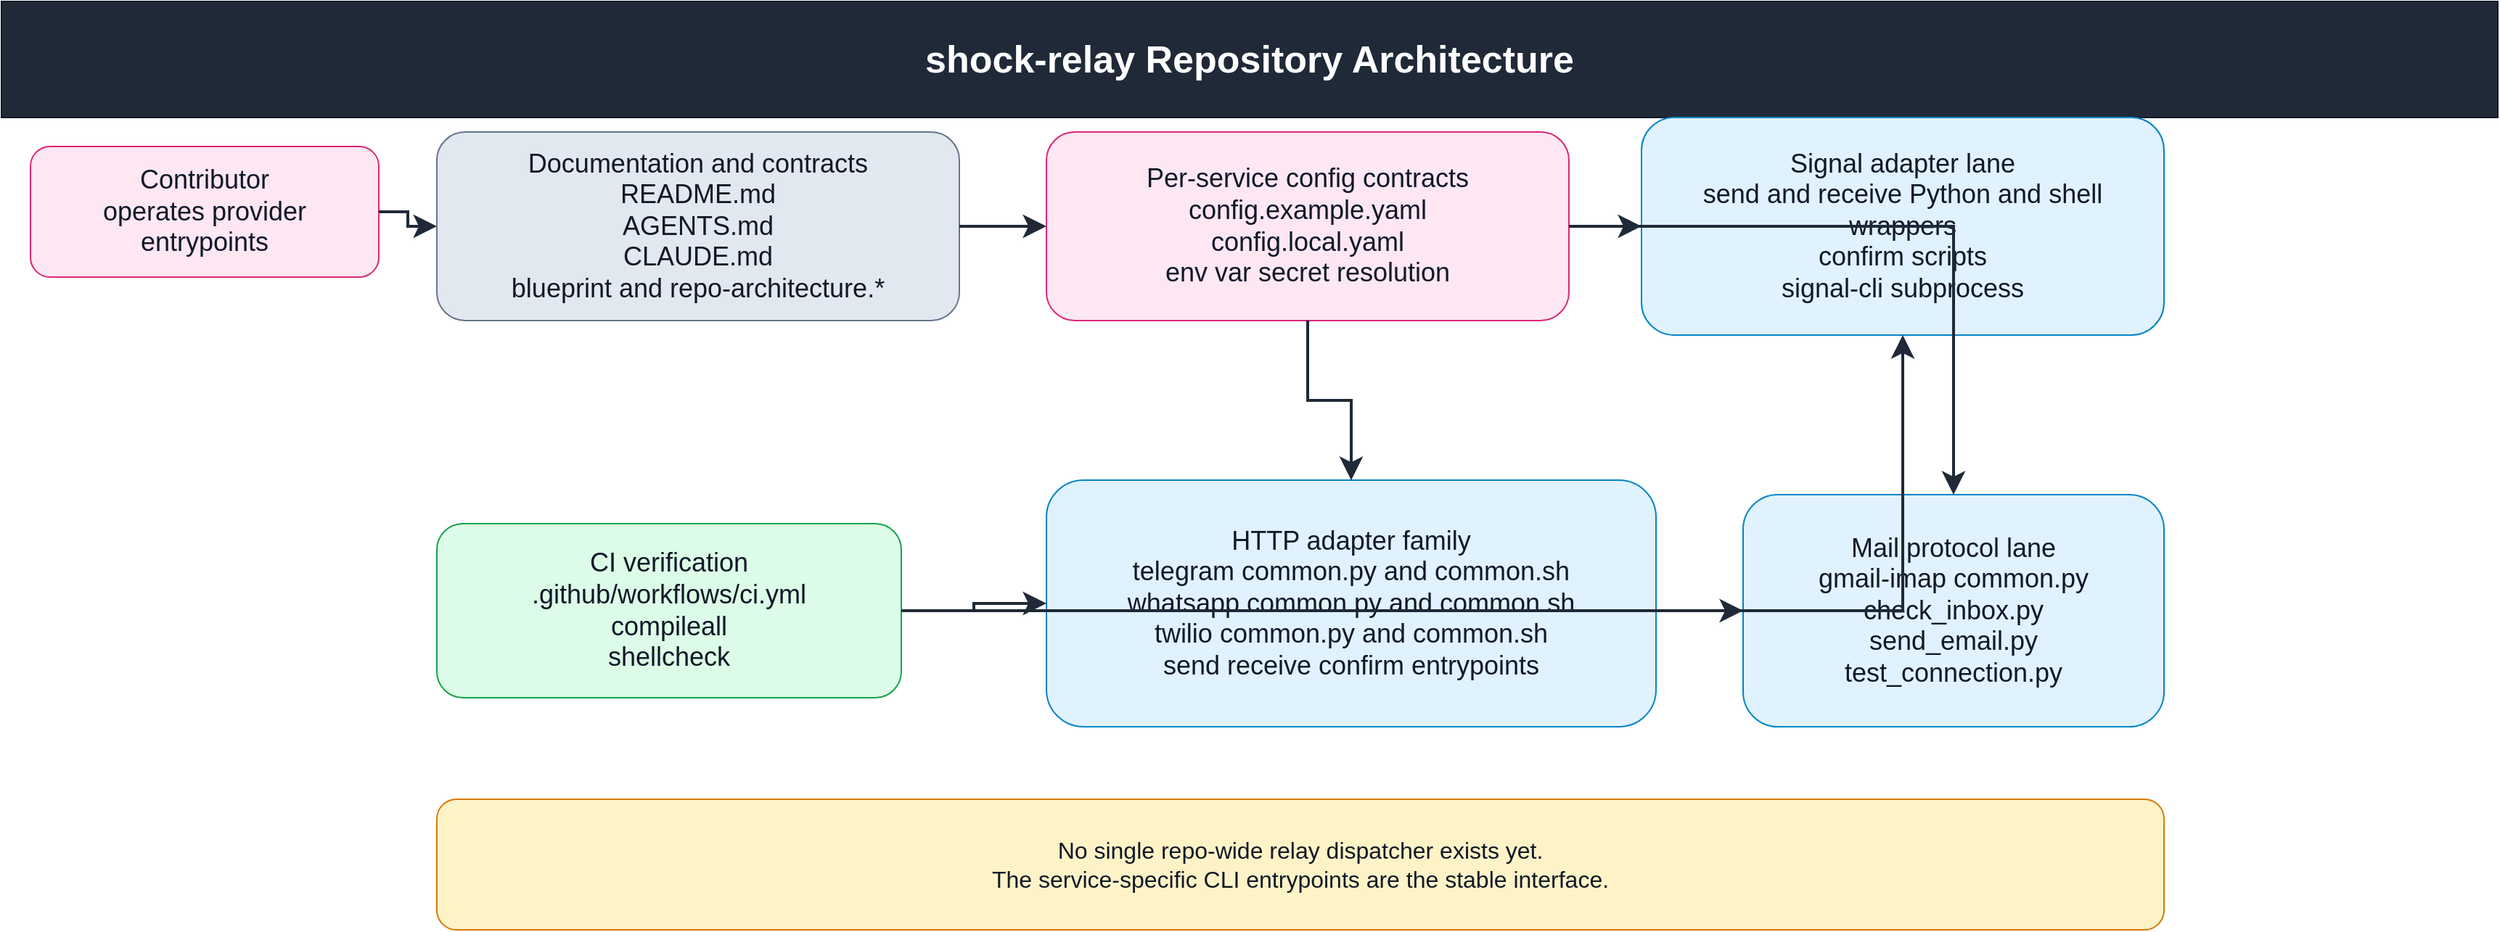
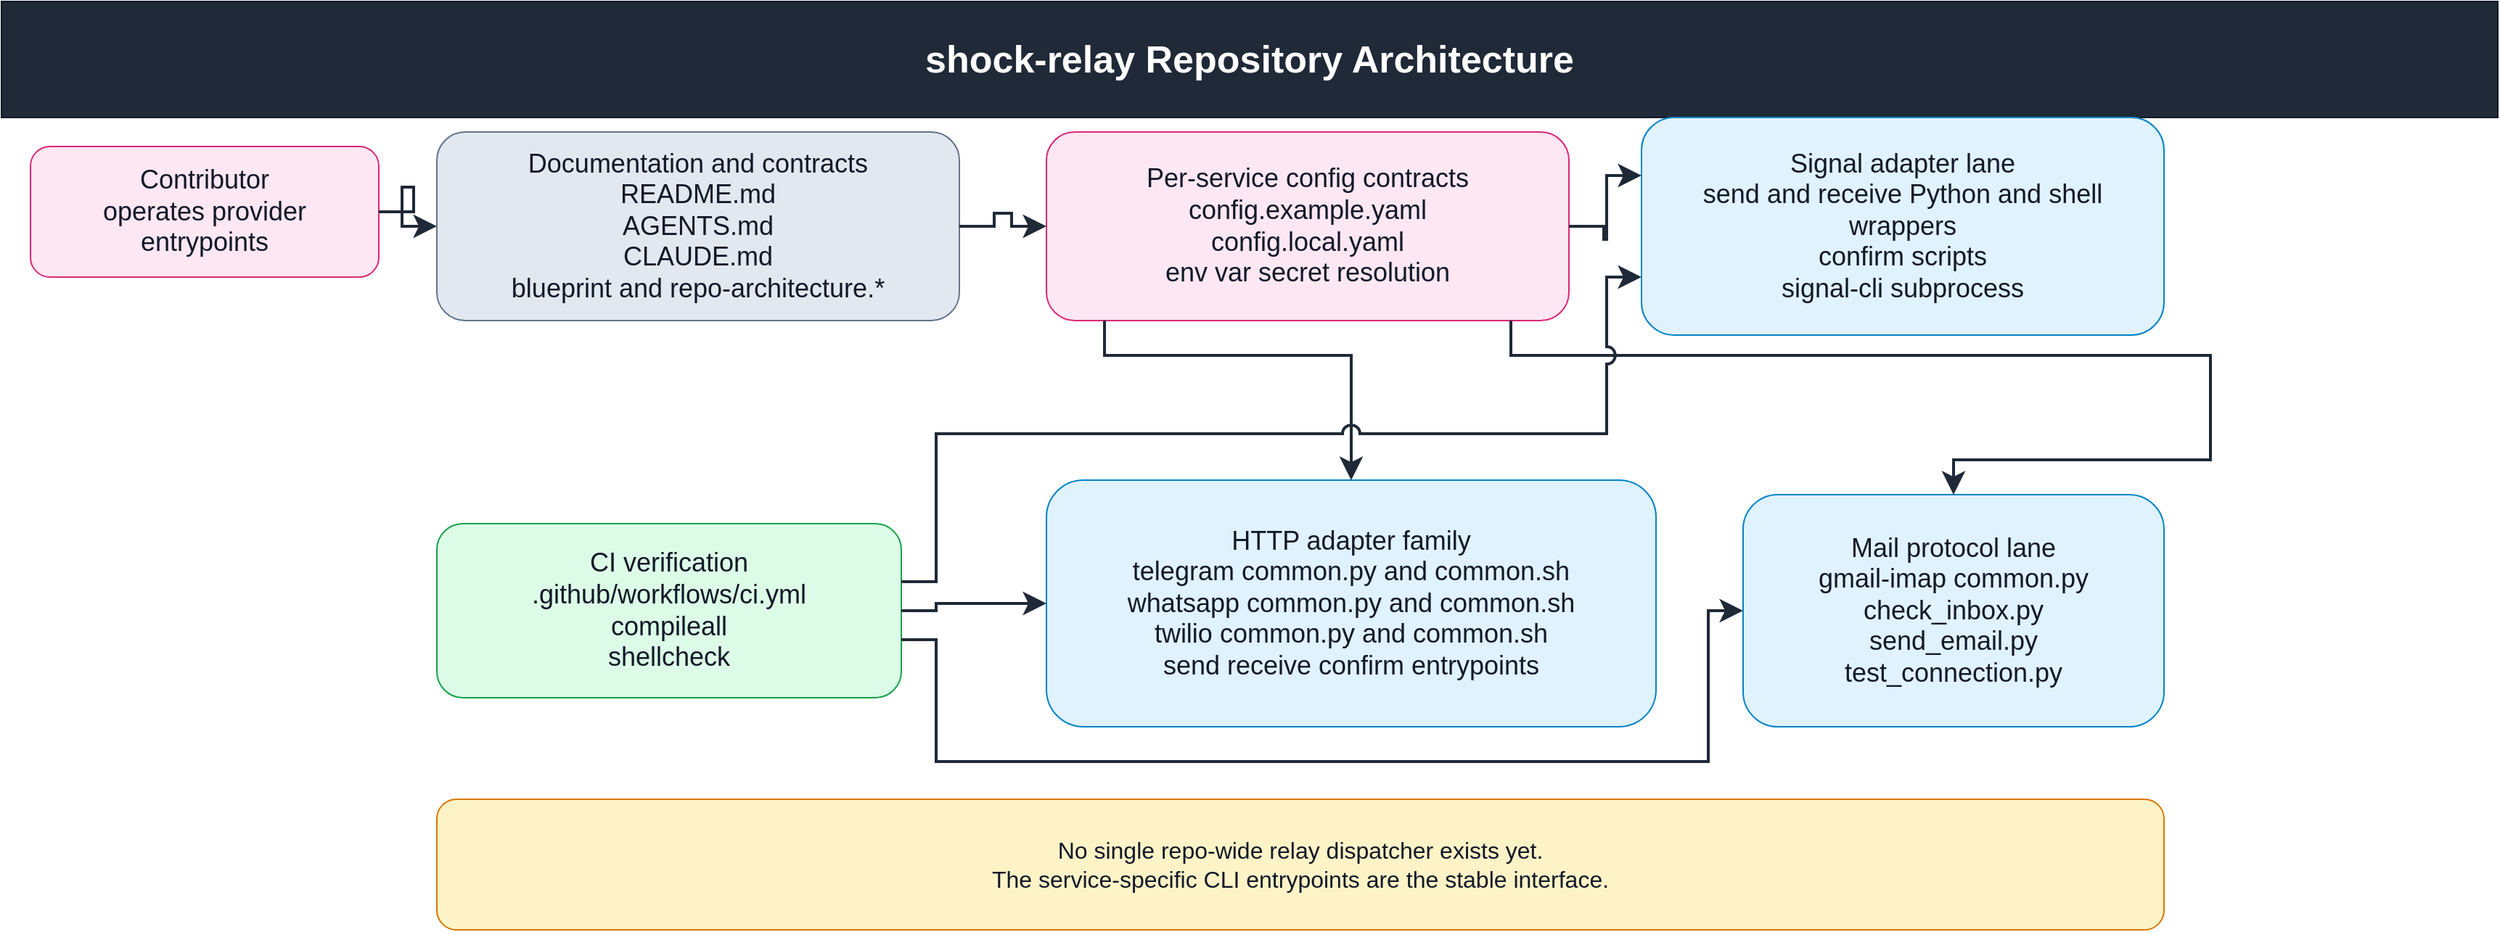
- <?xml version="1.0" encoding="UTF-8"?>
+ <?xml version='1.0' encoding='utf-8'?>
<mxfile host="app.diagrams.net" modified="2026-03-27T09:20:25-04:00" agent="Codex GPT-5" version="24.7.17" type="device" compressed="false">
  <diagram id="repo-architecture" name="Repo Architecture">
    <mxGraphModel dx="1800" dy="1200" grid="1" gridSize="10" guides="1" tooltips="1" connect="1" arrows="1" fold="1" page="1" pageScale="1" pageWidth="1800" pageHeight="1200" math="0" shadow="0" keepEdgesInForeground="1" keepEdgesInBackground="0">
      <root>
        <mxCell id="0" />
        <mxCell id="1" parent="0" />
        <mxCell id="2" value="shock-relay Repository Architecture" style="rounded=0;whiteSpace=wrap;html=0;fillColor=#1F2937;strokeColor=#111827;fontColor=#FFFFFF;fontSize=26;fontStyle=1;align=center;verticalAlign=middle;spacing=10;" vertex="1" parent="1">
          <mxGeometry x="40" y="20" width="1720" height="80" as="geometry" />
        </mxCell>
        <mxCell id="10" value="Contributor&#10;operates provider entrypoints" style="rounded=1;whiteSpace=wrap;html=0;fillColor=#FCE7F3;strokeColor=#DB2777;fontColor=#111827;fontSize=18;align=center;verticalAlign=middle;spacing=8;" vertex="1" parent="1">
          <mxGeometry x="60" y="120" width="240" height="90" as="geometry" />
        </mxCell>
        <mxCell id="20" value="Documentation and contracts&#10;README.md&#10;AGENTS.md&#10;CLAUDE.md&#10;blueprint and repo-architecture.*" style="rounded=1;whiteSpace=wrap;html=0;fillColor=#E2E8F0;strokeColor=#64748B;fontColor=#111827;fontSize=18;align=center;verticalAlign=middle;spacing=8;" vertex="1" parent="1">
          <mxGeometry x="340" y="110" width="360" height="130" as="geometry" />
        </mxCell>
        <mxCell id="30" value="Per-service config contracts&#10;config.example.yaml&#10;config.local.yaml&#10;env var secret resolution" style="rounded=1;whiteSpace=wrap;html=0;fillColor=#FCE7F3;strokeColor=#DB2777;fontColor=#111827;fontSize=18;align=center;verticalAlign=middle;spacing=8;" vertex="1" parent="1">
          <mxGeometry x="760" y="110" width="360" height="130" as="geometry" />
        </mxCell>
        <mxCell id="40" value="Signal adapter lane&#10;send and receive Python and shell wrappers&#10;confirm scripts&#10;signal-cli subprocess" style="rounded=1;whiteSpace=wrap;html=0;fillColor=#E0F2FE;strokeColor=#0284C7;fontColor=#111827;fontSize=18;align=center;verticalAlign=middle;spacing=8;" vertex="1" parent="1">
          <mxGeometry x="1170" y="100" width="360" height="150" as="geometry" />
        </mxCell>
        <mxCell id="50" value="HTTP adapter family&#10;telegram common.py and common.sh&#10;whatsapp common.py and common.sh&#10;twilio common.py and common.sh&#10;send receive confirm entrypoints" style="rounded=1;whiteSpace=wrap;html=0;fillColor=#E0F2FE;strokeColor=#0284C7;fontColor=#111827;fontSize=18;align=center;verticalAlign=middle;spacing=8;" vertex="1" parent="1">
          <mxGeometry x="760" y="350" width="420" height="170" as="geometry" />
        </mxCell>
        <mxCell id="60" value="Mail protocol lane&#10;gmail-imap common.py&#10;check_inbox.py&#10;send_email.py&#10;test_connection.py" style="rounded=1;whiteSpace=wrap;html=0;fillColor=#E0F2FE;strokeColor=#0284C7;fontColor=#111827;fontSize=18;align=center;verticalAlign=middle;spacing=8;" vertex="1" parent="1">
          <mxGeometry x="1240" y="360" width="290" height="160" as="geometry" />
        </mxCell>
        <mxCell id="70" value="CI verification&#10;.github/workflows/ci.yml&#10;compileall&#10;shellcheck" style="rounded=1;whiteSpace=wrap;html=0;fillColor=#DCFCE7;strokeColor=#16A34A;fontColor=#111827;fontSize=18;align=center;verticalAlign=middle;spacing=8;" vertex="1" parent="1">
          <mxGeometry x="340" y="380" width="320" height="120" as="geometry" />
        </mxCell>
        <mxCell id="80" value="No single repo-wide relay dispatcher exists yet.&#10;The service-specific CLI entrypoints are the stable interface." style="rounded=1;whiteSpace=wrap;html=0;fillColor=#FEF3C7;strokeColor=#D97706;fontColor=#111827;fontSize=16;align=center;verticalAlign=middle;spacing=8;" vertex="1" parent="1">
          <mxGeometry x="340" y="570" width="1190" height="90" as="geometry" />
        </mxCell>
-         <mxCell id="500" style="rounded=0;html=0;strokeColor=#1F2937;edgeStyle=orthogonalEdgeStyle;orthogonalLoop=1;jettySize=12;endArrow=classic;endFill=1;endSize=10;strokeWidth=2;" edge="1" parent="1" source="10" target="20">
-           <mxGeometry relative="1" as="geometry" />
+         <mxCell id="500" style="rounded=0;html=0;strokeColor=#1F2937;edgeStyle=orthogonalEdgeStyle;orthogonalLoop=1;jettySize=12;endArrow=classic;endFill=1;endSize=10;strokeWidth=2;jumpStyle=arc;jumpSize=10;" edge="1" parent="1" source="10" target="20">
+           <mxGeometry relative="1" as="geometry" archilityManagedRoute="1">
+             <Array as="points">
+               <mxPoint x="324" y="165" />
+               <mxPoint x="324" y="148" />
+               <mxPoint x="316" y="148" />
+               <mxPoint x="316" y="175" />
+             </Array>
+           </mxGeometry>
        </mxCell>
-         <mxCell id="501" style="rounded=0;html=0;strokeColor=#1F2937;edgeStyle=orthogonalEdgeStyle;orthogonalLoop=1;jettySize=12;endArrow=classic;endFill=1;endSize=10;strokeWidth=2;" edge="1" parent="1" source="20" target="30">
-           <mxGeometry relative="1" as="geometry" />
+         <mxCell id="501" style="rounded=0;html=0;strokeColor=#1F2937;edgeStyle=orthogonalEdgeStyle;orthogonalLoop=1;jettySize=12;endArrow=classic;endFill=1;endSize=10;strokeWidth=2;jumpStyle=arc;jumpSize=10;" edge="1" parent="1" source="20" target="30">
+           <mxGeometry relative="1" as="geometry" archilityManagedRoute="1">
+             <Array as="points">
+               <mxPoint x="724" y="175" />
+               <mxPoint x="724" y="166" />
+               <mxPoint x="736" y="166" />
+               <mxPoint x="736" y="175" />
+             </Array>
+           </mxGeometry>
        </mxCell>
-         <mxCell id="502" style="rounded=0;html=0;strokeColor=#1F2937;edgeStyle=orthogonalEdgeStyle;orthogonalLoop=1;jettySize=12;endArrow=classic;endFill=1;endSize=10;strokeWidth=2;" edge="1" parent="1" source="30" target="40">
-           <mxGeometry relative="1" as="geometry" />
+         <mxCell id="502" style="rounded=0;html=0;strokeColor=#1F2937;edgeStyle=orthogonalEdgeStyle;orthogonalLoop=1;jettySize=12;endArrow=classic;endFill=1;endSize=10;strokeWidth=2;jumpStyle=arc;jumpSize=10;" edge="1" parent="1" source="30" target="40">
+           <mxGeometry relative="1" as="geometry" archilityManagedRoute="1">
+             <Array as="points">
+               <mxPoint x="1144" y="175" />
+               <mxPoint x="1144" y="184" />
+               <mxPoint x="1146" y="184" />
+               <mxPoint x="1146" y="140" />
+             </Array>
+           </mxGeometry>
        </mxCell>
-         <mxCell id="503" style="rounded=0;html=0;strokeColor=#1F2937;edgeStyle=orthogonalEdgeStyle;orthogonalLoop=1;jettySize=12;endArrow=classic;endFill=1;endSize=10;strokeWidth=2;" edge="1" parent="1" source="30" target="50">
-           <mxGeometry relative="1" as="geometry" />
+         <mxCell id="503" style="rounded=0;html=0;strokeColor=#1F2937;edgeStyle=orthogonalEdgeStyle;orthogonalLoop=1;jettySize=12;endArrow=classic;endFill=1;endSize=10;strokeWidth=2;jumpStyle=arc;jumpSize=10;" edge="1" parent="1" source="30" target="50">
+           <mxGeometry relative="1" as="geometry" archilityManagedRoute="1">
+             <Array as="points">
+               <mxPoint x="800" y="264" />
+               <mxPoint x="970" y="264" />
+               <mxPoint x="970" y="326" />
+             </Array>
+           </mxGeometry>
        </mxCell>
-         <mxCell id="504" style="rounded=0;html=0;strokeColor=#1F2937;edgeStyle=orthogonalEdgeStyle;orthogonalLoop=1;jettySize=12;endArrow=classic;endFill=1;endSize=10;strokeWidth=2;" edge="1" parent="1" source="30" target="60">
-           <mxGeometry relative="1" as="geometry" />
+         <mxCell id="504" style="rounded=0;html=0;strokeColor=#1F2937;edgeStyle=orthogonalEdgeStyle;orthogonalLoop=1;jettySize=12;endArrow=classic;endFill=1;endSize=10;strokeWidth=2;jumpStyle=arc;jumpSize=10;" edge="1" parent="1" source="30" target="60">
+           <mxGeometry relative="1" as="geometry" archilityManagedRoute="1">
+             <Array as="points">
+               <mxPoint x="1080" y="264" />
+               <mxPoint x="1562" y="264" />
+               <mxPoint x="1562" y="336" />
+               <mxPoint x="1385" y="336" />
+             </Array>
+           </mxGeometry>
        </mxCell>
-         <mxCell id="505" style="rounded=0;html=0;strokeColor=#1F2937;edgeStyle=orthogonalEdgeStyle;orthogonalLoop=1;jettySize=12;endArrow=classic;endFill=1;endSize=10;strokeWidth=2;" edge="1" parent="1" source="70" target="40">
-           <mxGeometry relative="1" as="geometry" />
+         <mxCell id="505" style="rounded=0;html=0;strokeColor=#1F2937;edgeStyle=orthogonalEdgeStyle;orthogonalLoop=1;jettySize=12;endArrow=classic;endFill=1;endSize=10;strokeWidth=2;jumpStyle=arc;jumpSize=10;" edge="1" parent="1" source="70" target="40">
+           <mxGeometry relative="1" as="geometry" archilityManagedRoute="1">
+             <Array as="points">
+               <mxPoint x="684" y="420" />
+               <mxPoint x="684" y="318" />
+               <mxPoint x="1146" y="318" />
+               <mxPoint x="1146" y="210" />
+             </Array>
+           </mxGeometry>
        </mxCell>
-         <mxCell id="506" style="rounded=0;html=0;strokeColor=#1F2937;edgeStyle=orthogonalEdgeStyle;orthogonalLoop=1;jettySize=12;endArrow=classic;endFill=1;endSize=10;strokeWidth=2;" edge="1" parent="1" source="70" target="50">
-           <mxGeometry relative="1" as="geometry" />
+         <mxCell id="506" style="rounded=0;html=0;strokeColor=#1F2937;edgeStyle=orthogonalEdgeStyle;orthogonalLoop=1;jettySize=12;endArrow=classic;endFill=1;endSize=10;strokeWidth=2;jumpStyle=arc;jumpSize=10;" edge="1" parent="1" source="70" target="50">
+           <mxGeometry relative="1" as="geometry" archilityManagedRoute="1">
+             <Array as="points">
+               <mxPoint x="684" y="440" />
+               <mxPoint x="684" y="435" />
+               <mxPoint x="736" y="435" />
+             </Array>
+           </mxGeometry>
        </mxCell>
-         <mxCell id="507" style="rounded=0;html=0;strokeColor=#1F2937;edgeStyle=orthogonalEdgeStyle;orthogonalLoop=1;jettySize=12;endArrow=classic;endFill=1;endSize=10;strokeWidth=2;" edge="1" parent="1" source="70" target="60">
-           <mxGeometry relative="1" as="geometry" />
+         <mxCell id="507" style="rounded=0;html=0;strokeColor=#1F2937;edgeStyle=orthogonalEdgeStyle;orthogonalLoop=1;jettySize=12;endArrow=classic;endFill=1;endSize=10;strokeWidth=2;jumpStyle=arc;jumpSize=10;" edge="1" parent="1" source="70" target="60">
+           <mxGeometry relative="1" as="geometry" archilityManagedRoute="1">
+             <Array as="points">
+               <mxPoint x="684" y="460" />
+               <mxPoint x="684" y="544" />
+               <mxPoint x="1216" y="544" />
+               <mxPoint x="1216" y="440" />
+             </Array>
+           </mxGeometry>
        </mxCell>
      </root>
    </mxGraphModel>
  </diagram>
</mxfile>
